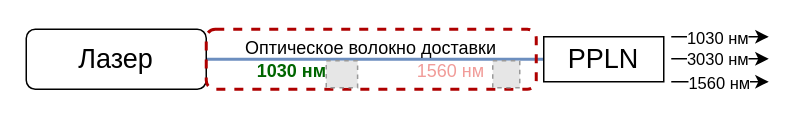
Earlier version of the draw.io diagram Presentation/images/problem_fiber_shg.drawio (3dsoundfromtagan/Russian-Phd-LaTeX-Dissertation-Template). Source tidied: cells renumbered, new cells numbered last; positions are measured from the earlier drawing's top-left corner, leaving out a move shared by most shapes. Both pictures are drawn from the tidied source at 150%, with x=0, y=0 at pixel (26, 28). Pictures stored in the file or linked from it are replaced by grey dashed boxes.
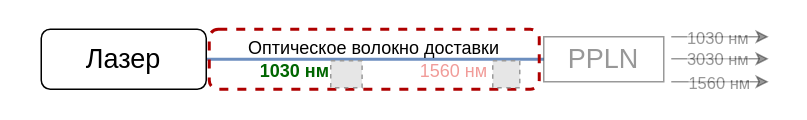
After the change.

Change to the diagram source:
```diff
@@
 <mxGraphModel>
   <root>
     <mxCell id="0" />
     <mxCell id="1" parent="0" />
     <mxCell id="2" style="edgeStyle=orthogonalEdgeStyle;rounded=0;jettySize=auto;html=1;exitX=1;exitY=0.5;exitDx=0;exitDy=0;entryX=0;entryY=0.5;entryDx=0;entryDy=0;fillColor=#dae8fc;strokeColor=#6c8ebf;endArrow=none;endFill=0;strokeWidth=2;" parent="1" edge="1" source="3" target="5">
       <mxGeometry relative="1" as="geometry" />
     </mxCell>
     <mxCell id="3" value="&lt;font style=&quot;font-size: 18px;&quot;&gt;Лазер&lt;/font&gt;" style="rounded=1;whiteSpace=wrap;html=1;" parent="1" vertex="1">
-      <mxGeometry width="120" height="40" as="geometry" />
+      <mxGeometry x="10" width="110" height="40" as="geometry" />
     </mxCell>
     <mxCell id="4" value="Оптическое волокно доставки&lt;div&gt;&lt;font style=&quot;color: rgb(0, 102, 0);&quot;&gt;&lt;b&gt;1030 нм&lt;/b&gt;&lt;span style=&quot;white-space: pre;&quot;&gt;&#9;&lt;/span&gt;&lt;span style=&quot;white-space: pre;&quot;&gt;&#9;&lt;/span&gt;&lt;/font&gt;&lt;span style=&quot;white-space: pre;&quot;&gt;&#9;&lt;/span&gt;&lt;font style=&quot;color: rgb(241, 156, 153);&quot;&gt;1560 нм&lt;/font&gt;&lt;/div&gt;" style="whiteSpace=wrap;html=1;rounded=1;dashed=1;fillColor=none;strokeColor=#AE0000;strokeWidth=2;" parent="1" vertex="1">
-      <mxGeometry x="120" width="220" height="40" as="geometry" />
+      <mxGeometry x="122" width="220" height="40" as="geometry" />
     </mxCell>
-    <mxCell id="5" value="&lt;font style=&quot;font-size: 18px;&quot;&gt;PPLN&lt;/font&gt;" style="rounded=0;whiteSpace=wrap;html=1;" parent="1" vertex="1">
+    <mxCell id="5" value="&lt;font style=&quot;font-size: 18px;&quot;&gt;PPLN&lt;/font&gt;" style="rounded=0;whiteSpace=wrap;html=1;textOpacity=40;opacity=40;" parent="1" vertex="1">
       <mxGeometry x="345" y="5" width="80" height="30" as="geometry" />
     </mxCell>
-    <mxCell id="6" style="endArrow=classic;html=1;rounded=0;" parent="1" edge="1">
+    <mxCell id="6" style="endArrow=classic;html=1;rounded=0;textOpacity=40;opacity=40;" parent="1" edge="1">
       <mxGeometry relative="1" as="geometry">
         <mxPoint x="430" y="5" as="sourcePoint" />
         <mxPoint x="495" y="5" as="targetPoint" />
       </mxGeometry>
     </mxCell>
-    <mxCell id="7" value="1030 нм" style="edgeLabel;html=1;align=center;verticalAlign=middle;" parent="6" vertex="1">
+    <mxCell id="7" value="1030 нм" style="edgeLabel;html=1;align=center;verticalAlign=middle;textOpacity=40;" parent="6" vertex="1">
       <mxGeometry x="0.1" y="2" relative="1" as="geometry">
         <mxPoint x="-6" y="2" as="offset" />
       </mxGeometry>
     </mxCell>
-    <mxCell id="8" style="endArrow=classic;html=1;rounded=0;" parent="1" edge="1">
+    <mxCell id="8" style="endArrow=classic;html=1;rounded=0;textOpacity=40;opacity=40;" parent="1" edge="1">
       <mxGeometry relative="1" as="geometry">
         <mxPoint x="430" y="19.7" as="sourcePoint" />
         <mxPoint x="495" y="19.7" as="targetPoint" />
       </mxGeometry>
     </mxCell>
-    <mxCell id="9" value="3030 нм" style="edgeLabel;html=1;align=center;verticalAlign=middle;" parent="8" vertex="1">
+    <mxCell id="9" value="3030 нм" style="edgeLabel;html=1;align=center;verticalAlign=middle;textOpacity=40;" parent="8" vertex="1">
       <mxGeometry x="0.1" y="2" relative="1" as="geometry">
         <mxPoint x="-6" y="2" as="offset" />
       </mxGeometry>
     </mxCell>
-    <mxCell id="10" style="endArrow=classic;html=1;rounded=0;" parent="1" edge="1">
+    <mxCell id="10" style="endArrow=classic;html=1;rounded=0;textOpacity=40;opacity=40;" parent="1" edge="1">
       <mxGeometry relative="1" as="geometry">
         <mxPoint x="430" y="35" as="sourcePoint" />
         <mxPoint x="495" y="35" as="targetPoint" />
       </mxGeometry>
     </mxCell>
-    <mxCell id="11" value="1560 нм" style="edgeLabel;html=1;align=center;verticalAlign=middle;" parent="10" vertex="1">
+    <mxCell id="11" value="1560 нм" style="edgeLabel;html=1;align=center;verticalAlign=middle;textOpacity=40;" parent="10" vertex="1">
       <mxGeometry x="0.31" y="-1" relative="1" as="geometry">
         <mxPoint x="-12" y="-1" as="offset" />
       </mxGeometry>
     </mxCell>
     <mxCell id="12" style="fillColor=#E6E6E6;strokeColor=#999999;dashed=1;" parent="1" vertex="1">
-      <mxGeometry x="200" y="21" width="20.9" height="18" as="geometry" />
+      <mxGeometry x="203" y="21" width="20.9" height="18" as="geometry" />
     </mxCell>
     <mxCell id="13" style="fillColor=#E6E6E6;strokeColor=#999999;dashed=1;" parent="1" vertex="1">
       <mxGeometry x="311" y="21" width="18" height="18" as="geometry" />
     </mxCell>
   </root>
 </mxGraphModel>
```
